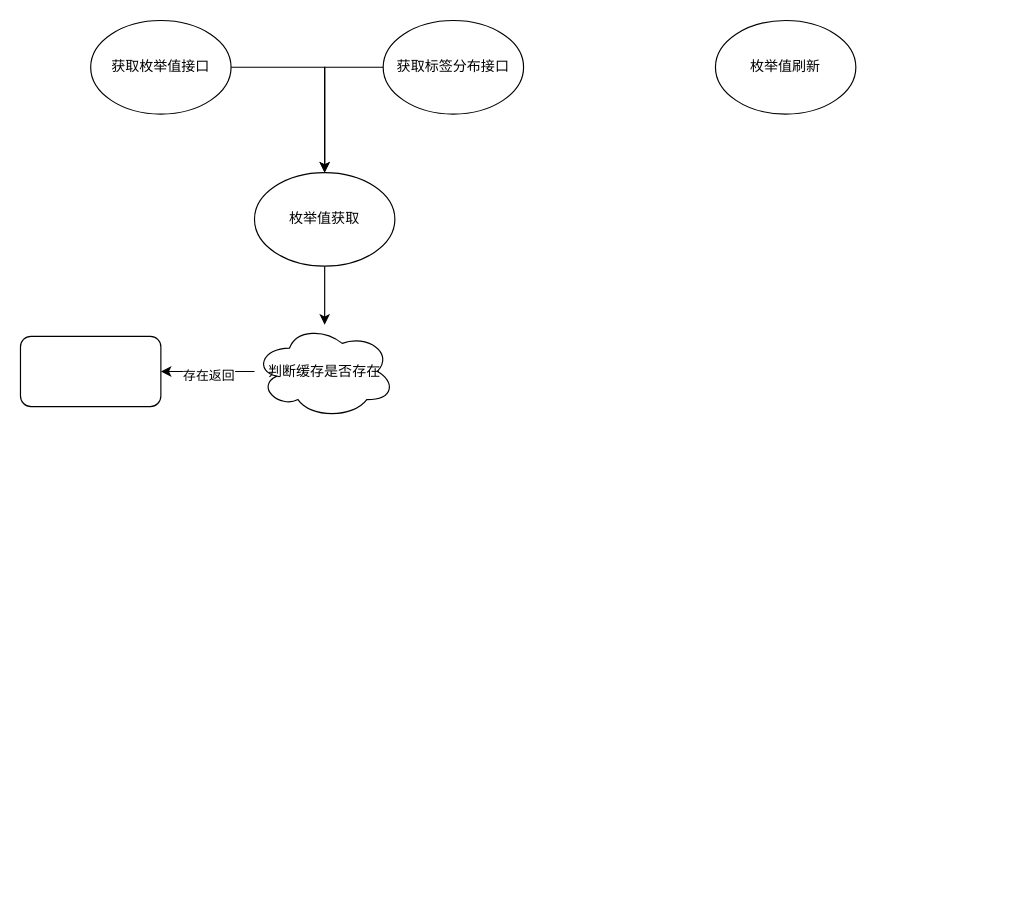
Earlier version of the draw.io diagram 新枚举值流程.drawio (1418956397/JavaWeb-Project-Source-Share). Source tidied: cells renumbered, new cells numbered last; positions are measured from the earlier drawing's top-left corner, leaving out a move shared by most shapes. Both pictures are drawn from the tidied source at 117%, with x=0, y=0 at pixel (20, 20).
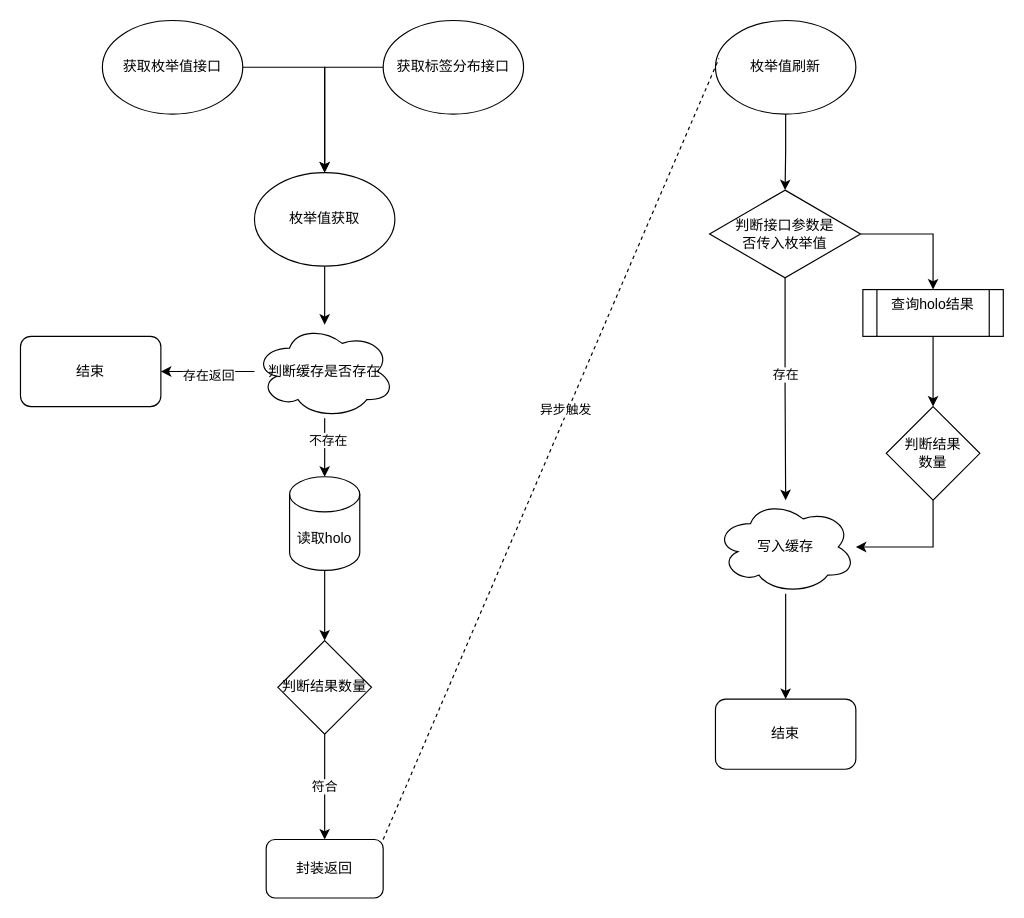
Above is the later version.

Commit message:
更新新枚举值流程.drawio

Unchanged cells that the change refers to:
```xml
<mxCell id="4" value="枚举值刷新" style="ellipse;whiteSpace=wrap;html=1;" parent="1" vertex="1">
  <mxGeometry x="594" width="120" height="80" as="geometry" />
</mxCell>
<mxCell id="11" value="判断缓存是否存在" style="ellipse;shape=cloud;whiteSpace=wrap;html=1;" parent="1" vertex="1">
  <mxGeometry x="200" y="260" width="120" height="80" as="geometry" />
</mxCell>
```

The edit, as a diff of the source:
```diff
@@
+    <mxCell id="13" style="edgeStyle=orthogonalEdgeStyle;rounded=0;jettySize=auto;html=1;" parent="1" edge="1" source="4" target="24">
+      <mxGeometry relative="1" as="geometry" />
+    </mxCell>
@@
     <mxCell id="6" value="获取枚举值接口" style="ellipse;whiteSpace=wrap;html=1;" parent="1" vertex="1">
-      <mxGeometry x="60" width="120" height="80" as="geometry" />
+      <mxGeometry x="70" width="120" height="80" as="geometry" />
     </mxCell>
@@
+    <mxCell id="14" style="edgeStyle=orthogonalEdgeStyle;rounded=0;jettySize=auto;html=1;" parent="1" edge="1" source="11" target="17">
+      <mxGeometry relative="1" as="geometry" />
+    </mxCell>
+    <mxCell id="15" value="不存在" style="edgeLabel;html=1;align=center;verticalAlign=middle;" parent="14" vertex="1">
+      <mxGeometry x="-0.3" y="2" relative="1" as="geometry" />
+    </mxCell>
@@
-    <mxCell id="12" style="rounded=1;whiteSpace=wrap;html=1;" parent="1" vertex="1">
+    <mxCell id="12" value="结束" style="rounded=1;whiteSpace=wrap;html=1;" parent="1" vertex="1">
       <mxGeometry y="270" width="120" height="60" as="geometry" />
     </mxCell>
+    <mxCell id="16" style="edgeStyle=orthogonalEdgeStyle;rounded=0;jettySize=auto;html=1;" parent="1" edge="1" source="17" target="30">
+      <mxGeometry relative="1" as="geometry" />
+    </mxCell>
+    <mxCell id="17" value="读取holo" style="shape=cylinder3;whiteSpace=wrap;html=1;boundedLbl=1;backgroundOutline=1;size=15;" parent="1" vertex="1">
+      <mxGeometry x="230" y="390" width="60" height="80" as="geometry" />
+    </mxCell>
+    <mxCell id="18" value="封装返回" style="rounded=1;whiteSpace=wrap;html=1;" parent="1" vertex="1">
+      <mxGeometry x="210" y="700" width="100" height="50" as="geometry" />
+    </mxCell>
+    <mxCell id="19" style="endArrow=none;dashed=1;html=1;rounded=0;exitX=1;exitY=0;exitDx=0;exitDy=0;entryX=0.025;entryY=0.406;entryDx=0;entryDy=0;entryPerimeter=0;" parent="1" edge="1" source="18" target="4">
+      <mxGeometry relative="1" as="geometry" />
+    </mxCell>
+    <mxCell id="20" value="异步触发" style="edgeLabel;html=1;align=center;verticalAlign=middle;" parent="19" vertex="1">
+      <mxGeometry x="0.1" y="3" relative="1" as="geometry">
+        <mxPoint y="1" as="offset" />
+      </mxGeometry>
+    </mxCell>
+    <mxCell id="21" style="edgeStyle=orthogonalEdgeStyle;rounded=0;jettySize=auto;html=1;" parent="1" edge="1" source="24" target="26">
+      <mxGeometry relative="1" as="geometry" />
+    </mxCell>
+    <mxCell id="22" value="存在" style="edgeLabel;html=1;align=center;verticalAlign=middle;" parent="21" vertex="1">
+      <mxGeometry x="-0.14" relative="1" as="geometry" />
+    </mxCell>
+    <mxCell id="23" style="edgeStyle=orthogonalEdgeStyle;rounded=0;jettySize=auto;html=1;" parent="1" edge="1" source="24" target="28">
+      <mxGeometry relative="1" as="geometry" />
+    </mxCell>
+    <mxCell id="24" value="判断接口参数是&lt;div&gt;否传入枚举值&lt;/div&gt;" style="rhombus;whiteSpace=wrap;html=1;" parent="1" vertex="1">
+      <mxGeometry x="589" y="145" width="129" height="75" as="geometry" />
+    </mxCell>
+    <mxCell id="25" style="edgeStyle=orthogonalEdgeStyle;rounded=0;jettySize=auto;html=1;" parent="1" edge="1" source="26" target="33">
+      <mxGeometry relative="1" as="geometry" />
+    </mxCell>
+    <mxCell id="26" value="写入缓存" style="ellipse;shape=cloud;whiteSpace=wrap;html=1;" parent="1" vertex="1">
+      <mxGeometry x="594" y="410" width="120" height="80" as="geometry" />
+    </mxCell>
+    <mxCell id="27" style="edgeStyle=orthogonalEdgeStyle;rounded=0;jettySize=auto;html=1;" parent="1" edge="1" source="28" target="32">
+      <mxGeometry relative="1" as="geometry" />
+    </mxCell>
+    <mxCell id="28" value="查询holo结果&lt;div&gt;&lt;br&gt;&lt;/div&gt;" style="shape=process;whiteSpace=wrap;html=1;backgroundOutline=1;" parent="1" vertex="1">
+      <mxGeometry x="720" y="230" width="120" height="40" as="geometry" />
+    </mxCell>
+    <mxCell id="29" value="符合" style="edgeStyle=orthogonalEdgeStyle;rounded=0;jettySize=auto;html=1;" parent="1" edge="1" source="30" target="18">
+      <mxGeometry relative="1" as="geometry" />
+    </mxCell>
+    <mxCell id="30" value="判断结果数量" style="rhombus;whiteSpace=wrap;html=1;" parent="1" vertex="1">
+      <mxGeometry x="220" y="530" width="80" height="80" as="geometry" />
+    </mxCell>
+    <mxCell id="31" style="edgeStyle=orthogonalEdgeStyle;rounded=0;jettySize=auto;html=1;" parent="1" edge="1" source="32" target="26">
+      <mxGeometry relative="1" as="geometry">
+        <Array as="points">
+          <mxPoint x="780" y="450" />
+        </Array>
+      </mxGeometry>
+    </mxCell>
+    <mxCell id="32" value="判断结果&lt;div&gt;数量&lt;/div&gt;" style="rhombus;whiteSpace=wrap;html=1;" parent="1" vertex="1">
+      <mxGeometry x="740" y="330" width="80" height="80" as="geometry" />
+    </mxCell>
+    <mxCell id="33" value="结束" style="rounded=1;whiteSpace=wrap;html=1;" parent="1" vertex="1">
+      <mxGeometry x="594" y="580" width="120" height="60" as="geometry" />
+    </mxCell>
```
